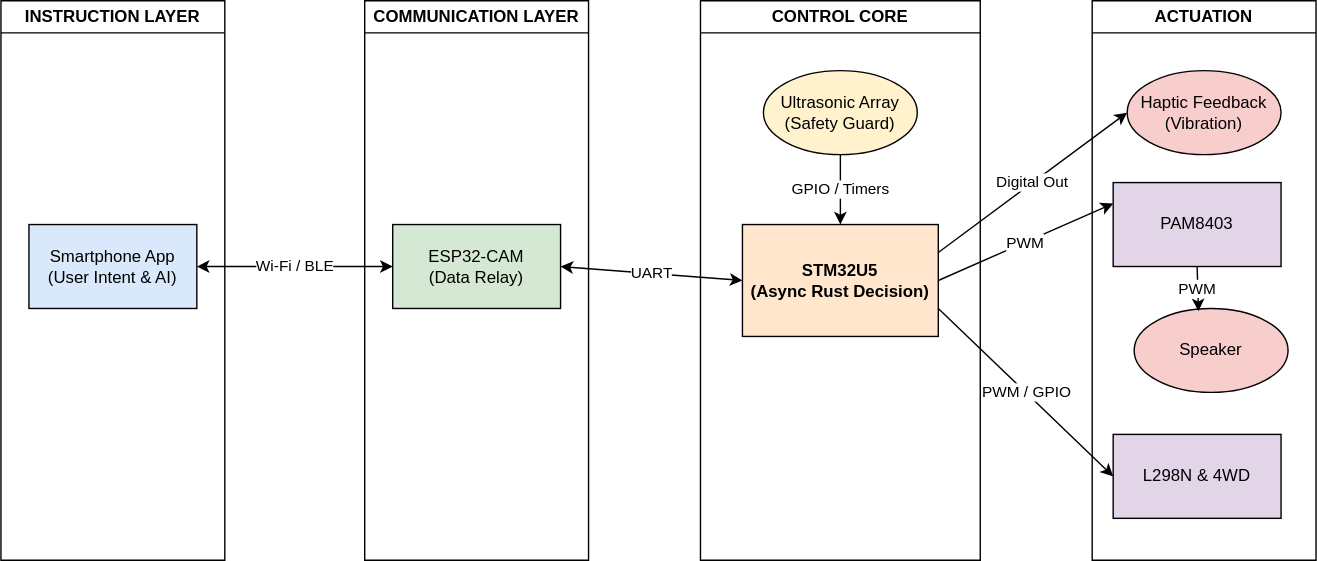
This is website/versioned_docs/version-fils_en/project/2026/dorian_gabriel.toros/images/OrionArchitecture.svg from TorosDorian-Gabriel/website, a draw.io export, as it was before one commit. Source tidied: cells renumbered, new cells last; positions are measured from the earlier drawing's top-left corner, leaving out a move shared by most shapes.
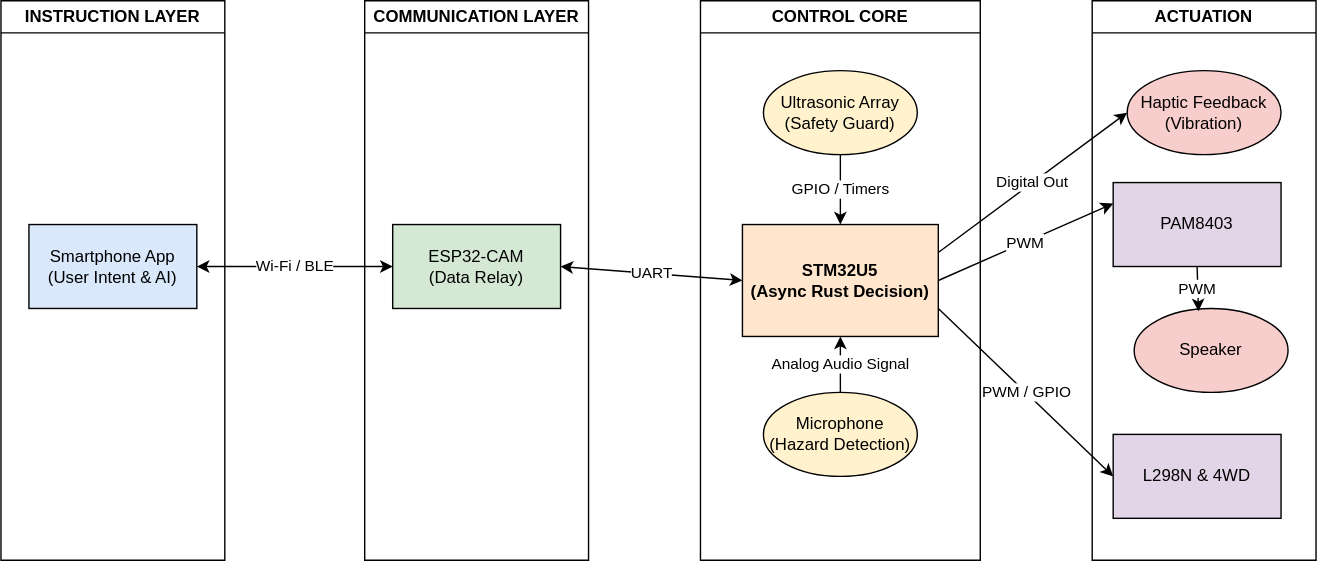
Later version of the same file.

What changed in the source:
```diff
@@ -23,6 +23,12 @@
     <mxCell id="8" value="Ultrasonic Array&lt;br&gt;(Safety Guard)" style="ellipse;whiteSpace=wrap;html=1;fillColor=#fff2cc;" parent="6" vertex="1">
       <mxGeometry x="45" y="50" width="110" height="60" as="geometry" />
     </mxCell>
+    <mxCell id="21" value="Microphone&lt;div&gt;(Hazard Detection)&lt;/div&gt;" style="ellipse;whiteSpace=wrap;html=1;fillColor=#fff2cc;" parent="6" vertex="1">
+      <mxGeometry x="45" y="280" width="110" height="60" as="geometry" />
+    </mxCell>
+    <mxCell id="22" value="Analog Audio Signal" style="endArrow=classic;html=1;exitX=0.5;exitY=0;exitDx=0;exitDy=0;entryX=0.5;entryY=1;entryDx=0;entryDy=0;" parent="6" edge="1" source="21" target="7">
+      <mxGeometry relative="1" as="geometry" />
+    </mxCell>
     <mxCell id="9" value="ACTUATION" style="swimlane;whiteSpace=wrap;html=1;startSize=23;" parent="1" vertex="1">
       <mxGeometry x="780" width="160" height="400" as="geometry" />
     </mxCell>
```
